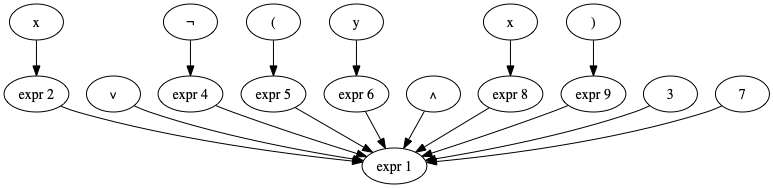
The Graphviz diagram Digraph.gv.png in jotagarciaz/representacion-del-conocimiento, before a commit. Its source is kept beside it as Digraph.gv.
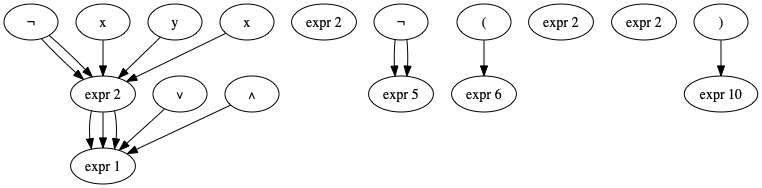
The same diagram one commit later.

The edit, as a diff of the source:
```diff
@@ -1,33 +1,35 @@
 digraph {
 	1 [label="expr 1"]
 	2 [label="expr 2"]
-	"const 2" [label=x]
-	"const 2" -> 2
-	"or 3" [label="∨"]
-	"or 3" -> 1
-	4 [label="expr 4"]
-	"not 4" [label="¬"]
-	"not 4" -> 4
+	"not 2" [label="¬"]
+	"not 2" [label="¬"]
+	"not 2" -> 2
+	"not 2" -> 2
+	3 [label="expr 2"]
+	"const 3" [label=x]
+	"const 3" -> 2
+	2 -> 1
+	"op 4" [label="∨"]
+	"op 4" -> 1
 	5 [label="expr 5"]
-	"lparen 5" [label="("]
-	"lparen 5" -> 5
+	"not 5" [label="¬"]
+	"not 5" [label="¬"]
+	"not 5" -> 5
+	"not 5" -> 5
 	6 [label="expr 6"]
-	"const 6" [label=y]
-	"const 6" -> 6
-	"or 7" [label="∧"]
-	"or 7" -> 1
-	8 [label="expr 8"]
-	"const 8" [label=x]
-	"const 8" -> 8
-	9 [label="expr 9"]
-	"rparen 9" [label=")"]
-	"rparen 9" -> 9
+	"lparen 6" [label="("]
+	"lparen 6" -> 6
+	7 [label="expr 2"]
+	"const 7" [label=y]
+	"const 7" -> 2
 	2 -> 1
-	3 -> 1
-	4 -> 1
-	5 -> 1
-	6 -> 1
-	7 -> 1
-	8 -> 1
-	9 -> 1
+	"op 8" [label="∧"]
+	"op 8" -> 1
+	9 [label="expr 2"]
+	"const 9" [label=x]
+	"const 9" -> 2
+	2 -> 1
+	10 [label="expr 10"]
+	"rparen 10" [label=")"]
+	"rparen 10" -> 10
 }
```
